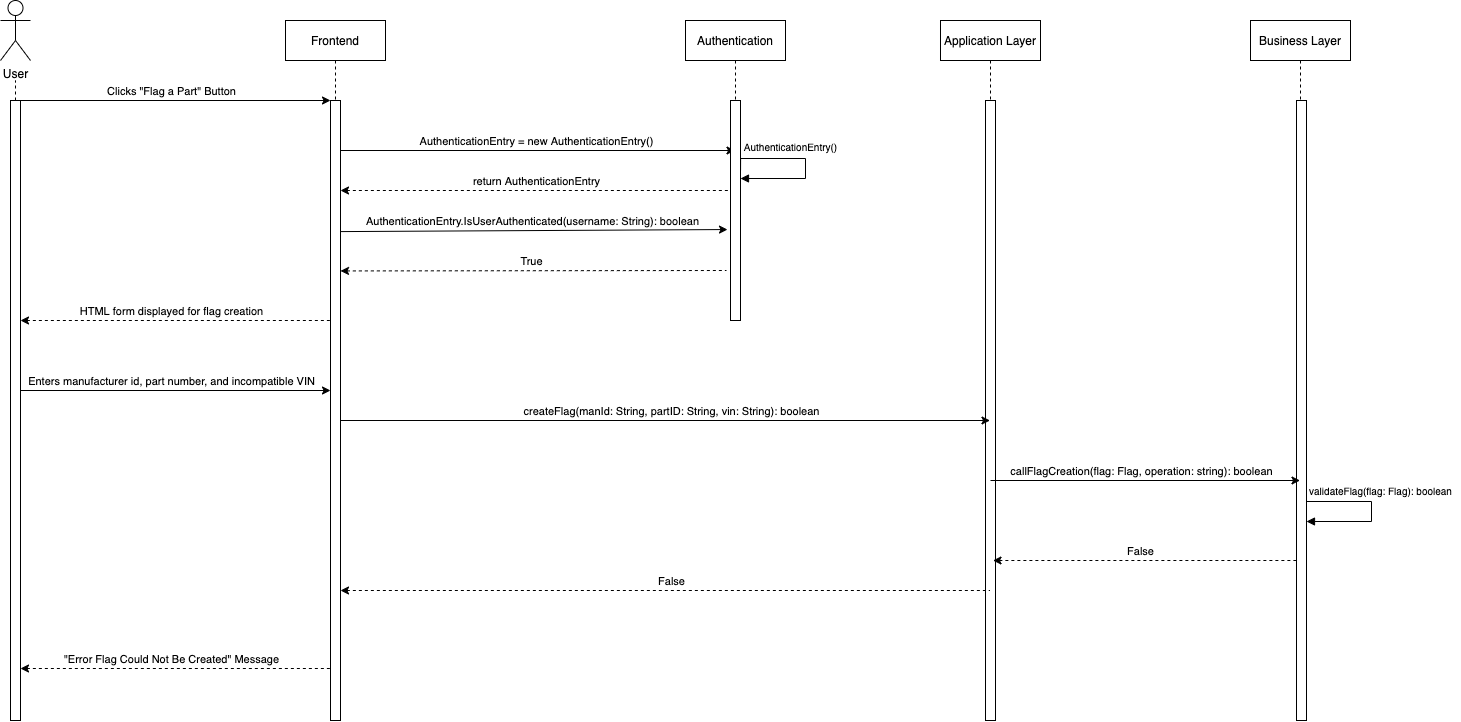
Above: Deliverables/LLD/Unique Features/PartFlagging/Part Flagging Sequence Diagrams-Create_Flag_Invalid_Flag_Failure.drawio.png in jaustinjr-code/MotoMoto (draw.io), before the change. Source tidied: cells renumbered, new cells last; positions are measured from the earlier drawing's top-left corner, leaving out a move shared by most shapes.
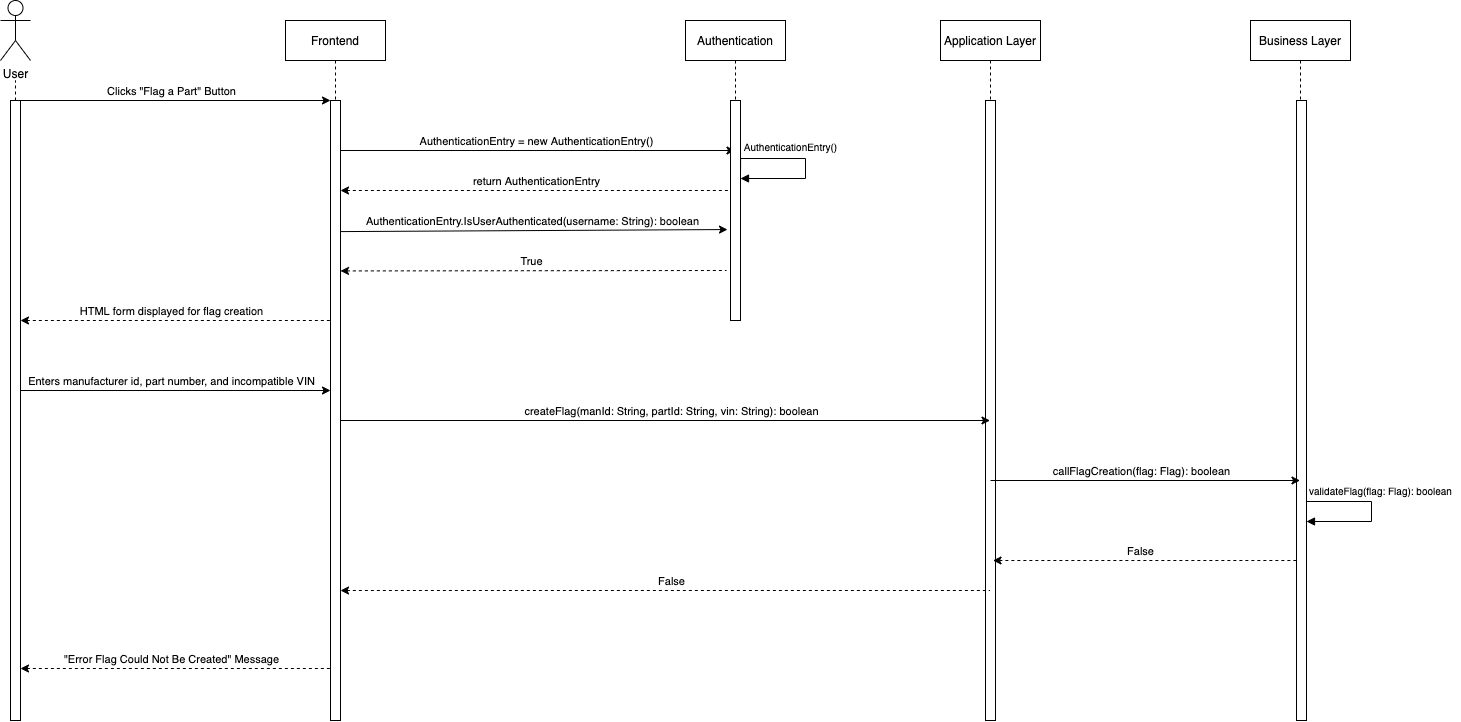
After the change.

Commit message:
Part Flagging: New sequence diagrams update with better design

The edit, as a diff of the source:
```diff
@@ -134,7 +134,7 @@
         <mxPoint x="340" y="420" as="sourcePoint" />
       </mxGeometry>
     </mxCell>
-    <mxCell id="29" value="createFlag(manId: String, partID: String, vin: String): boolean" style="edgeLabel;html=1;align=center;verticalAlign=middle;" parent="28" vertex="1">
+    <mxCell id="29" value="createFlag(manId: String, partId: String, vin: String): boolean" style="edgeLabel;html=1;align=center;verticalAlign=middle;" parent="28" vertex="1">
       <mxGeometry x="0.06" y="-1" relative="1" as="geometry">
         <mxPoint x="-14" y="-11" as="offset" />
       </mxGeometry>
@@ -150,7 +150,7 @@
         <mxPoint x="990" y="480" as="sourcePoint" />
       </mxGeometry>
     </mxCell>
-    <mxCell id="33" value="callFlagCreation(flag: Flag, operation: string): boolean" style="edgeLabel;html=1;align=center;verticalAlign=middle;" parent="32" vertex="1">
+    <mxCell id="33" value="callFlagCreation(flag: Flag): boolean" style="edgeLabel;html=1;align=center;verticalAlign=middle;" parent="32" vertex="1">
       <mxGeometry x="0.06" y="-1" relative="1" as="geometry">
         <mxPoint x="-14" y="-11" as="offset" />
       </mxGeometry>
```
